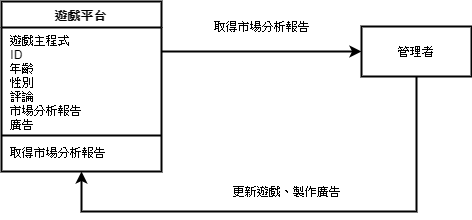
0624036/0624036_OO keeps this draw.io diagram as 市場分析初步類別圖.png. Above is the earlier version. Source tidied: cells renumbered, new cells last; positions are measured from the earlier drawing's top-left corner, leaving out a move shared by most shapes.
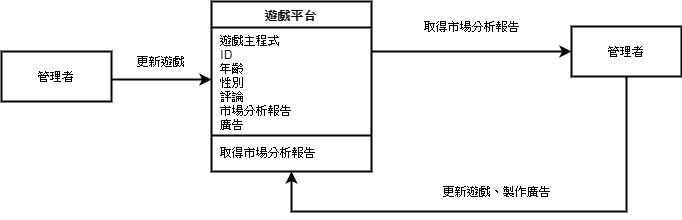
After the commit.

Commit message:
Added 市場分析初步類別圖.png

The edit, as a diff of the source:
```diff
@@ -39,5 +39,16 @@
     <mxCell id="10" value="更新遊戲、製作廣告" style="text;html=1;strokeColor=none;fillColor=none;align=center;verticalAlign=middle;whiteSpace=wrap;rounded=0;strokeWidth=2;" parent="1" vertex="1">
       <mxGeometry x="220" y="180" width="130" height="20" as="geometry" />
     </mxCell>
+    <mxCell id="11" value="更新遊戲" style="edgeStyle=orthogonalEdgeStyle;rounded=0;jettySize=auto;html=1;entryX=0;entryY=0.5;entryDx=0;entryDy=0;strokeWidth=2;" parent="1" edge="1" source="12" target="4">
+      <mxGeometry y="18" relative="1" as="geometry">
+        <Array as="points">
+          <mxPoint x="-50" y="78" />
+          <mxPoint x="-50" y="78" />
+        </Array>
+      </mxGeometry>
+    </mxCell>
+    <mxCell id="12" value="管理者" style="html=1;strokeWidth=2;" parent="1" vertex="1">
+      <mxGeometry x="-210" y="50" width="110" height="50" as="geometry" />
+    </mxCell>
   </root>
 </mxGraphModel>
```
